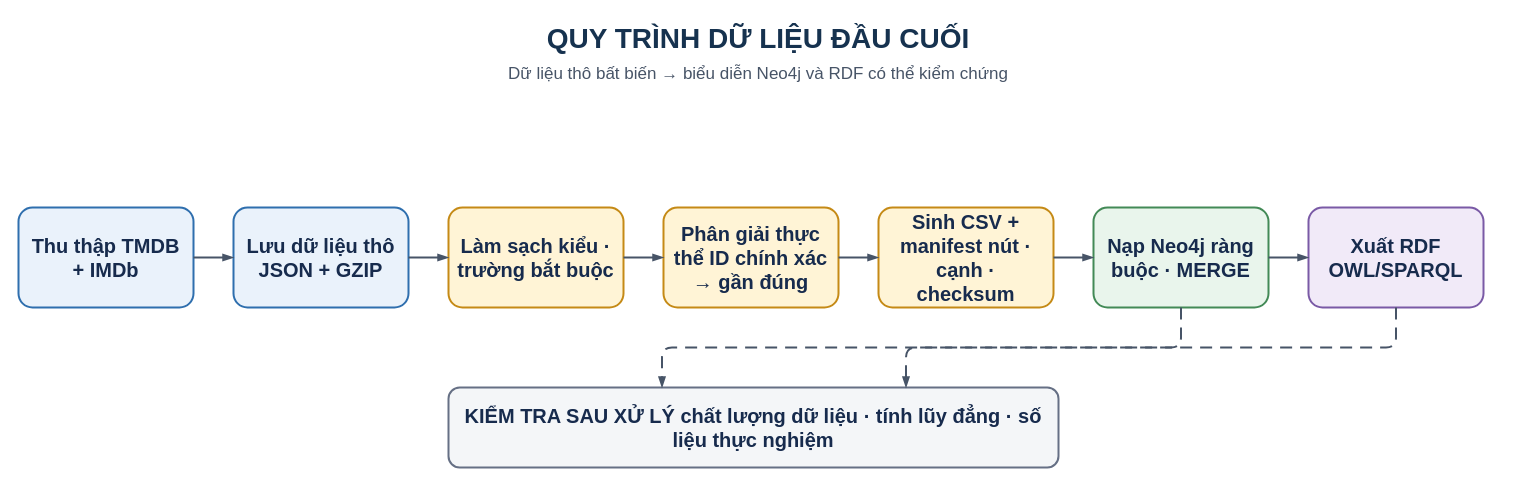
Before: report_latex/images/sources/etl_pipeline.drawio in khanhhk/advanced_database, a draw.io diagram. Source tidied: cells renumbered, new cells numbered last; positions are measured from the earlier drawing's top-left corner, leaving out a move shared by most shapes. Both pictures are drawn from the tidied source at 100%, with x=0, y=0 at pixel (18, 17).
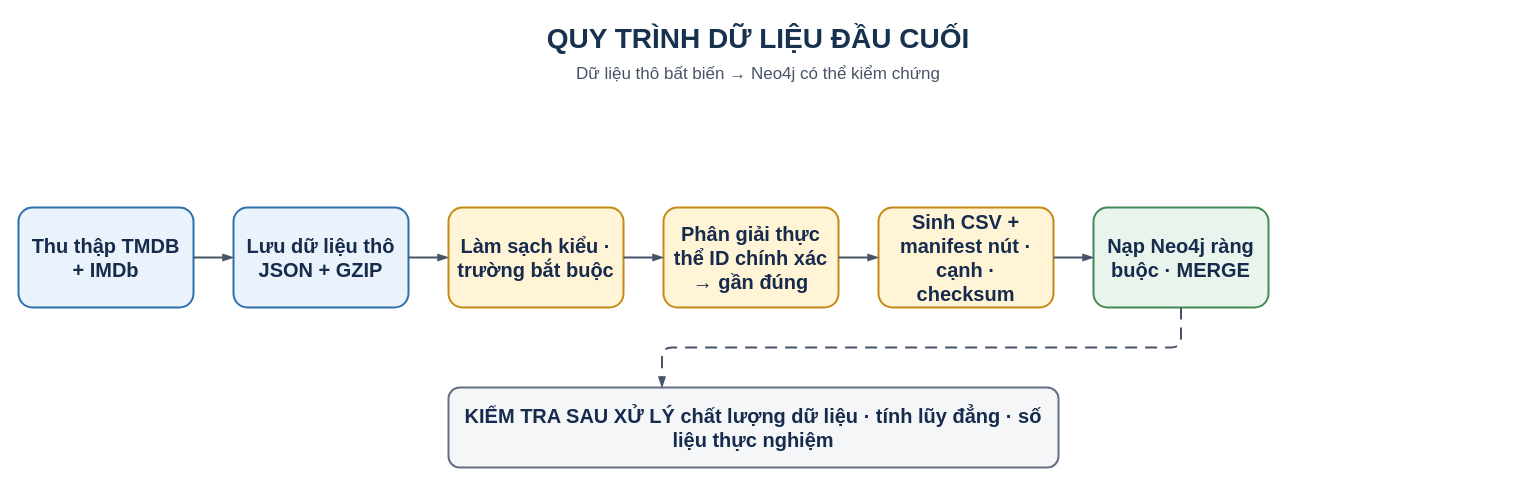
Above is the later version.

What changed in the source:
```diff
@@
 <mxGraphModel background="#FFFFFF">
   <root>
     <mxCell id="0" />
     <mxCell id="1" parent="0" />
     <mxCell id="2" value="QUY TRÌNH DỮ LIỆU ĐẦU CUỐI" style="text;html=1;whiteSpace=wrap;align=center;verticalAlign=middle;fontFamily=Helvetica;fontSize=28;fontColor=#16324F;fontStyle=1;" parent="1" vertex="1">
       <mxGeometry width="1480" height="42" as="geometry" />
     </mxCell>
-    <mxCell id="3" value="Dữ liệu thô bất biến → biểu diễn Neo4j và RDF có thể kiểm chứng" style="text;html=1;whiteSpace=wrap;align=center;verticalAlign=middle;fontFamily=Helvetica;fontSize=17;fontColor=#475467;" parent="1" vertex="1">
+    <mxCell id="3" value="Dữ liệu thô bất biến → Neo4j có thể kiểm chứng" style="text;html=1;whiteSpace=wrap;align=center;verticalAlign=middle;fontFamily=Helvetica;fontSize=17;fontColor=#475467;" parent="1" vertex="1">
       <mxGeometry y="42" width="1480" height="30" as="geometry" />
     </mxCell>
     <mxCell id="4" value="Thu thập TMDB + IMDb" style="rounded=1;arcSize=14;whiteSpace=wrap;html=1;align=center;verticalAlign=middle;spacing=8;fontFamily=Helvetica;fontSize=20;fontColor=#172B4D;fillColor=#EAF2FB;strokeColor=#2F6FAE;strokeWidth=2;fontStyle=1;" parent="1" vertex="1">
       <mxGeometry y="190" width="175" height="100" as="geometry" />
     </mxCell>
     <mxCell id="5" value="Lưu dữ liệu thô JSON + GZIP" style="rounded=1;arcSize=14;whiteSpace=wrap;html=1;align=center;verticalAlign=middle;spacing=8;fontFamily=Helvetica;fontSize=20;fontColor=#172B4D;fillColor=#EAF2FB;strokeColor=#2F6FAE;strokeWidth=2;fontStyle=1;" parent="1" vertex="1">
       <mxGeometry x="215" y="190" width="175" height="100" as="geometry" />
     </mxCell>
     <mxCell id="6" value="Làm sạch kiểu · trường bắt buộc" style="rounded=1;arcSize=14;whiteSpace=wrap;html=1;align=center;verticalAlign=middle;spacing=8;fontFamily=Helvetica;fontSize=20;fontColor=#172B4D;fillColor=#FFF4D6;strokeColor=#C58A16;strokeWidth=2;fontStyle=1;" parent="1" vertex="1">
       <mxGeometry x="430" y="190" width="175" height="100" as="geometry" />
     </mxCell>
     <mxCell id="7" value="Phân giải thực thể ID chính xác → gần đúng" style="rounded=1;arcSize=14;whiteSpace=wrap;html=1;align=center;verticalAlign=middle;spacing=8;fontFamily=Helvetica;fontSize=20;fontColor=#172B4D;fillColor=#FFF4D6;strokeColor=#C58A16;strokeWidth=2;fontStyle=1;" parent="1" vertex="1">
       <mxGeometry x="645" y="190" width="175" height="100" as="geometry" />
     </mxCell>
     <mxCell id="8" value="Sinh CSV + manifest nút · cạnh · checksum" style="rounded=1;arcSize=14;whiteSpace=wrap;html=1;align=center;verticalAlign=middle;spacing=8;fontFamily=Helvetica;fontSize=20;fontColor=#172B4D;fillColor=#FFF4D6;strokeColor=#C58A16;strokeWidth=2;fontStyle=1;" parent="1" vertex="1">
       <mxGeometry x="860" y="190" width="175" height="100" as="geometry" />
     </mxCell>
     <mxCell id="9" value="Nạp Neo4j ràng buộc · MERGE" style="rounded=1;arcSize=14;whiteSpace=wrap;html=1;align=center;verticalAlign=middle;spacing=8;fontFamily=Helvetica;fontSize=20;fontColor=#172B4D;fillColor=#E9F5EC;strokeColor=#438A57;strokeWidth=2;fontStyle=1;" parent="1" vertex="1">
       <mxGeometry x="1075" y="190" width="175" height="100" as="geometry" />
     </mxCell>
-    <mxCell id="10" value="Xuất RDF OWL/SPARQL" style="rounded=1;arcSize=14;whiteSpace=wrap;html=1;align=center;verticalAlign=middle;spacing=8;fontFamily=Helvetica;fontSize=20;fontColor=#172B4D;fillColor=#F1EAF8;strokeColor=#7A5AA6;strokeWidth=2;fontStyle=1;" parent="1" vertex="1">
-      <mxGeometry x="1290" y="190" width="175" height="100" as="geometry" />
-    </mxCell>
     <mxCell id="11" style="edgeStyle=orthogonalEdgeStyle;rounded=1;jettySize=auto;html=1;strokeColor=#475467;strokeWidth=2;endArrow=blockThin;endFill=1;fontFamily=Helvetica;fontSize=16;fontColor=#344054;labelBackgroundColor=#FFFFFF;exitX=1;exitY=0.5;exitDx=0;exitDy=0;entryX=0;entryY=0.5;entryDx=0;entryDy=0;" parent="1" edge="1" source="4" target="5">
       <mxGeometry relative="1" as="geometry" />
     </mxCell>
     <mxCell id="12" style="edgeStyle=orthogonalEdgeStyle;rounded=1;jettySize=auto;html=1;strokeColor=#475467;strokeWidth=2;endArrow=blockThin;endFill=1;fontFamily=Helvetica;fontSize=16;fontColor=#344054;labelBackgroundColor=#FFFFFF;exitX=1;exitY=0.5;exitDx=0;exitDy=0;entryX=0;entryY=0.5;entryDx=0;entryDy=0;" parent="1" edge="1" source="5" target="6">
       <mxGeometry relative="1" as="geometry" />
     </mxCell>
     <mxCell id="13" style="edgeStyle=orthogonalEdgeStyle;rounded=1;jettySize=auto;html=1;strokeColor=#475467;strokeWidth=2;endArrow=blockThin;endFill=1;fontFamily=Helvetica;fontSize=16;fontColor=#344054;labelBackgroundColor=#FFFFFF;exitX=1;exitY=0.5;exitDx=0;exitDy=0;entryX=0;entryY=0.5;entryDx=0;entryDy=0;" parent="1" edge="1" source="6" target="7">
       <mxGeometry relative="1" as="geometry" />
     </mxCell>
     <mxCell id="14" style="edgeStyle=orthogonalEdgeStyle;rounded=1;jettySize=auto;html=1;strokeColor=#475467;strokeWidth=2;endArrow=blockThin;endFill=1;fontFamily=Helvetica;fontSize=16;fontColor=#344054;labelBackgroundColor=#FFFFFF;exitX=1;exitY=0.5;exitDx=0;exitDy=0;entryX=0;entryY=0.5;entryDx=0;entryDy=0;" parent="1" edge="1" source="7" target="8">
       <mxGeometry relative="1" as="geometry" />
     </mxCell>
     <mxCell id="15" style="edgeStyle=orthogonalEdgeStyle;rounded=1;jettySize=auto;html=1;strokeColor=#475467;strokeWidth=2;endArrow=blockThin;endFill=1;fontFamily=Helvetica;fontSize=16;fontColor=#344054;labelBackgroundColor=#FFFFFF;exitX=1;exitY=0.5;exitDx=0;exitDy=0;entryX=0;entryY=0.5;entryDx=0;entryDy=0;" parent="1" edge="1" source="8" target="9">
       <mxGeometry relative="1" as="geometry" />
     </mxCell>
-    <mxCell id="16" style="edgeStyle=orthogonalEdgeStyle;rounded=1;jettySize=auto;html=1;strokeColor=#475467;strokeWidth=2;endArrow=blockThin;endFill=1;fontFamily=Helvetica;fontSize=16;fontColor=#344054;labelBackgroundColor=#FFFFFF;exitX=1;exitY=0.5;exitDx=0;exitDy=0;entryX=0;entryY=0.5;entryDx=0;entryDy=0;" parent="1" edge="1" source="9" target="10">
-      <mxGeometry relative="1" as="geometry" />
-    </mxCell>
     <mxCell id="17" value="KIỂM TRA SAU XỬ LÝ chất lượng dữ liệu · tính lũy đẳng · số liệu thực nghiệm" style="rounded=1;arcSize=14;whiteSpace=wrap;html=1;align=center;verticalAlign=middle;spacing=8;fontFamily=Helvetica;fontSize=20;fontColor=#172B4D;fillColor=#F4F6F8;strokeColor=#667085;strokeWidth=2;fontStyle=1;" parent="1" vertex="1">
       <mxGeometry x="430" y="370" width="610" height="80" as="geometry" />
     </mxCell>
     <mxCell id="18" style="edgeStyle=orthogonalEdgeStyle;rounded=1;jettySize=auto;html=1;strokeColor=#475467;strokeWidth=2;endArrow=blockThin;endFill=1;fontFamily=Helvetica;fontSize=16;fontColor=#344054;labelBackgroundColor=#FFFFFF;exitX=0.5;exitY=1;exitDx=0;exitDy=0;entryX=0.35;entryY=0;entryDx=0;entryDy=0;dashed=1;dashPattern=6 4;" parent="1" edge="1" source="9" target="17">
       <mxGeometry relative="1" as="geometry" />
     </mxCell>
-    <mxCell id="19" style="edgeStyle=orthogonalEdgeStyle;rounded=1;jettySize=auto;html=1;strokeColor=#475467;strokeWidth=2;endArrow=blockThin;endFill=1;fontFamily=Helvetica;fontSize=16;fontColor=#344054;labelBackgroundColor=#FFFFFF;exitX=0.5;exitY=1;exitDx=0;exitDy=0;entryX=0.75;entryY=0;entryDx=0;entryDy=0;dashed=1;dashPattern=6 4;" parent="1" edge="1" source="10" target="17">
-      <mxGeometry relative="1" as="geometry" />
-    </mxCell>
   </root>
 </mxGraphModel>
```
